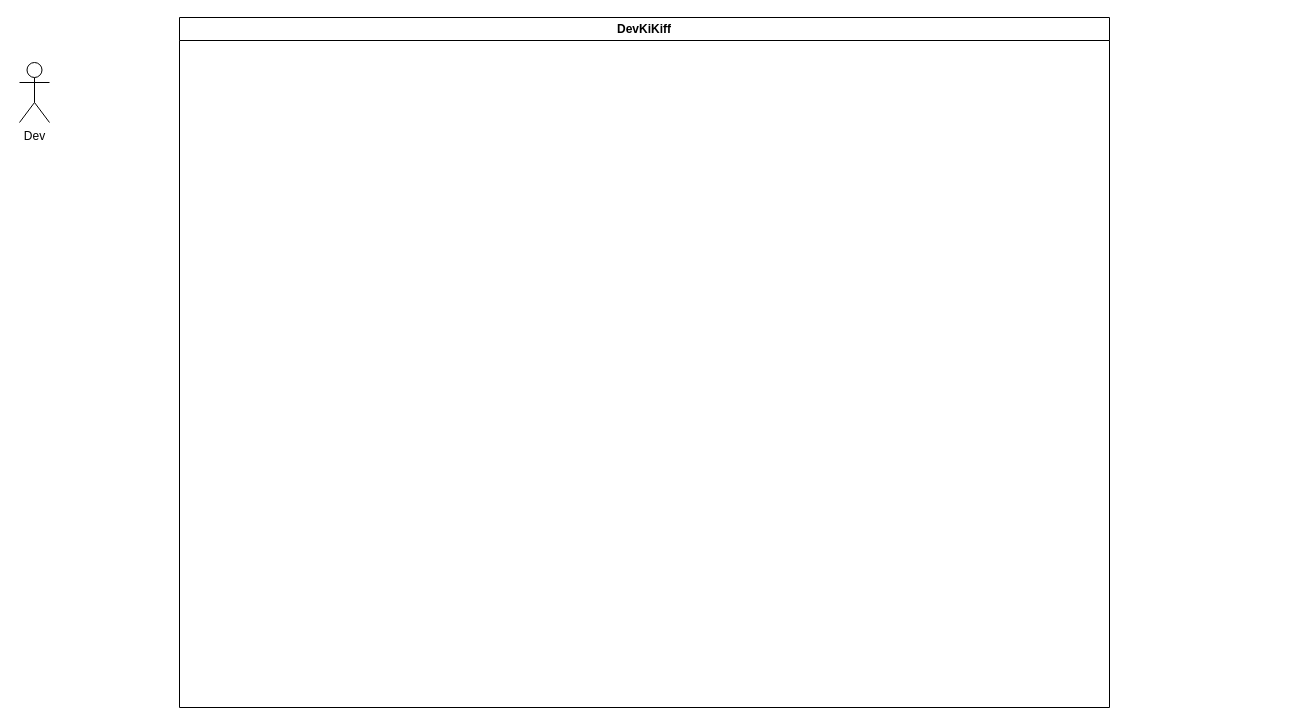
This is DevKiKiff.drawio from nak0x/uml, a draw.io file, before an edit. Source tidied: cells renumbered, new cells numbered last; positions are measured from the earlier drawing's top-left corner, leaving out a move shared by most shapes. Both pictures are drawn from the tidied source at 100%, with x=0, y=0 at pixel (19, 17).
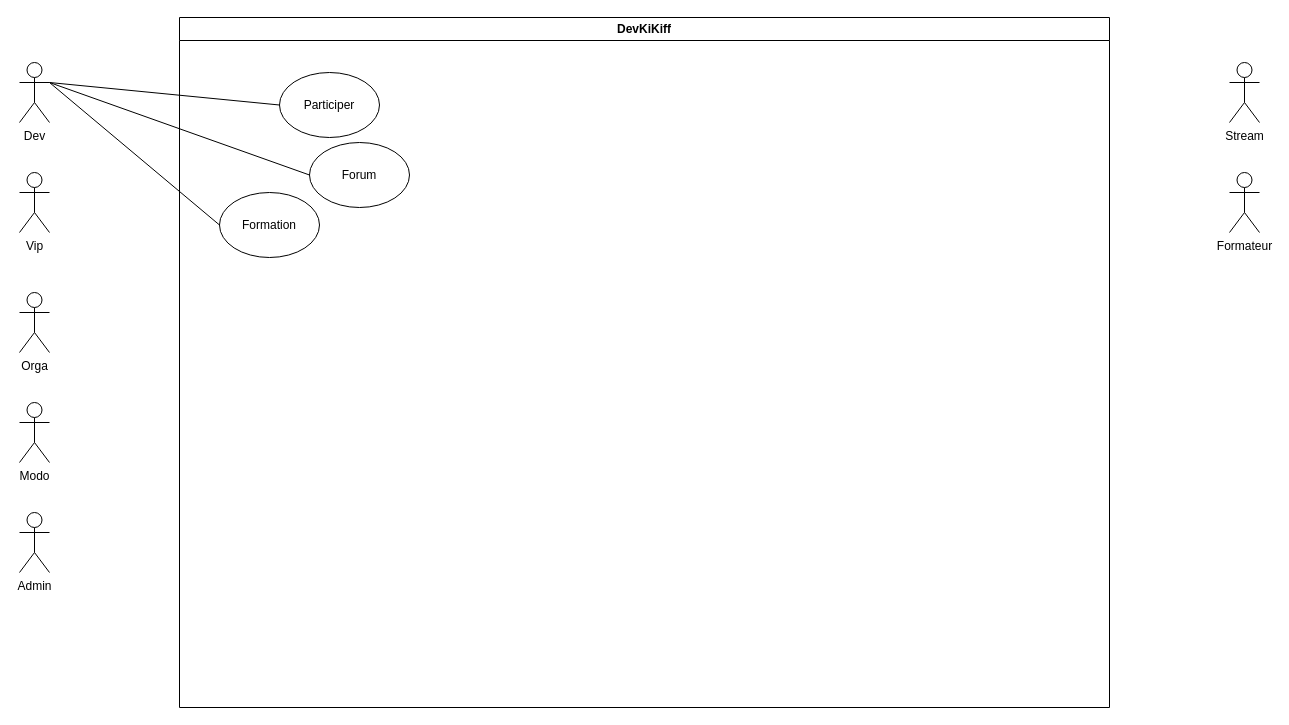
Above is the later version.

Commit message:
Mettre à jour DevKiKiff.drawio

Diff of the diagram source:
```diff
@@
 <mxGraphModel>
   <root>
     <mxCell id="0" />
     <mxCell id="1" parent="0" />
     <mxCell id="2" value="DevKiKiff" style="swimlane;whiteSpace=wrap;html=1;" parent="1" vertex="1">
       <mxGeometry x="160" width="930" height="690" as="geometry" />
     </mxCell>
+    <mxCell id="4" value="Participer" style="ellipse;whiteSpace=wrap;html=1;" parent="2" vertex="1">
+      <mxGeometry x="100" y="55" width="100" height="65" as="geometry" />
+    </mxCell>
+    <mxCell id="5" value="Formation" style="ellipse;whiteSpace=wrap;html=1;" parent="2" vertex="1">
+      <mxGeometry x="40" y="175" width="100" height="65" as="geometry" />
+    </mxCell>
+    <mxCell id="6" value="Forum" style="ellipse;whiteSpace=wrap;html=1;" parent="2" vertex="1">
+      <mxGeometry x="130" y="125" width="100" height="65" as="geometry" />
+    </mxCell>
     <mxCell id="3" value="Dev" style="shape=umlActor;verticalLabelPosition=bottom;verticalAlign=top;html=1;outlineConnect=0;" parent="1" vertex="1">
       <mxGeometry y="45" width="30" height="60" as="geometry" />
     </mxCell>
+    <mxCell id="7" value="Vip&lt;div&gt;&lt;br/&gt;&lt;/div&gt;" style="shape=umlActor;verticalLabelPosition=bottom;verticalAlign=top;html=1;" parent="1" vertex="1">
+      <mxGeometry y="155" width="30" height="60" as="geometry" />
+    </mxCell>
+    <mxCell id="8" style="endArrow=none;html=1;rounded=0;exitX=1;exitY=0.3333333333333333;exitDx=0;exitDy=0;exitPerimeter=0;entryX=0;entryY=0.5;entryDx=0;entryDy=0;" parent="1" edge="1" source="3" target="4">
+      <mxGeometry relative="1" as="geometry" />
+    </mxCell>
+    <mxCell id="9" value="Orga" style="shape=umlActor;verticalLabelPosition=bottom;verticalAlign=top;html=1;" parent="1" vertex="1">
+      <mxGeometry y="275" width="30" height="60" as="geometry" />
+    </mxCell>
+    <mxCell id="10" style="endArrow=none;html=1;rounded=0;exitX=1;exitY=0.3333333333333333;exitDx=0;exitDy=0;exitPerimeter=0;entryX=0;entryY=0.5;entryDx=0;entryDy=0;" parent="1" edge="1" source="3" target="6">
+      <mxGeometry relative="1" as="geometry" />
+    </mxCell>
+    <mxCell id="11" value="Modo" style="shape=umlActor;verticalLabelPosition=bottom;verticalAlign=top;html=1;" parent="1" vertex="1">
+      <mxGeometry y="385" width="30" height="60" as="geometry" />
+    </mxCell>
+    <mxCell id="12" style="endArrow=none;html=1;rounded=0;entryX=0;entryY=0.5;entryDx=0;entryDy=0;" parent="1" edge="1" target="5">
+      <mxGeometry relative="1" as="geometry">
+        <mxPoint x="30" y="65" as="sourcePoint" />
+      </mxGeometry>
+    </mxCell>
+    <mxCell id="13" value="Admin&lt;div&gt;&lt;br&gt;&lt;/div&gt;" style="shape=umlActor;verticalLabelPosition=bottom;verticalAlign=top;html=1;" parent="1" vertex="1">
+      <mxGeometry y="495" width="30" height="60" as="geometry" />
+    </mxCell>
+    <mxCell id="14" value="Stream" style="shape=umlActor;verticalLabelPosition=bottom;verticalAlign=top;html=1;" parent="1" vertex="1">
+      <mxGeometry x="1210" y="45" width="30" height="60" as="geometry" />
+    </mxCell>
+    <mxCell id="15" value="Formateur&lt;div&gt;&lt;br/&gt;&lt;/div&gt;" style="shape=umlActor;verticalLabelPosition=bottom;verticalAlign=top;html=1;" parent="1" vertex="1">
+      <mxGeometry x="1210" y="155" width="30" height="60" as="geometry" />
+    </mxCell>
   </root>
 </mxGraphModel>
```
